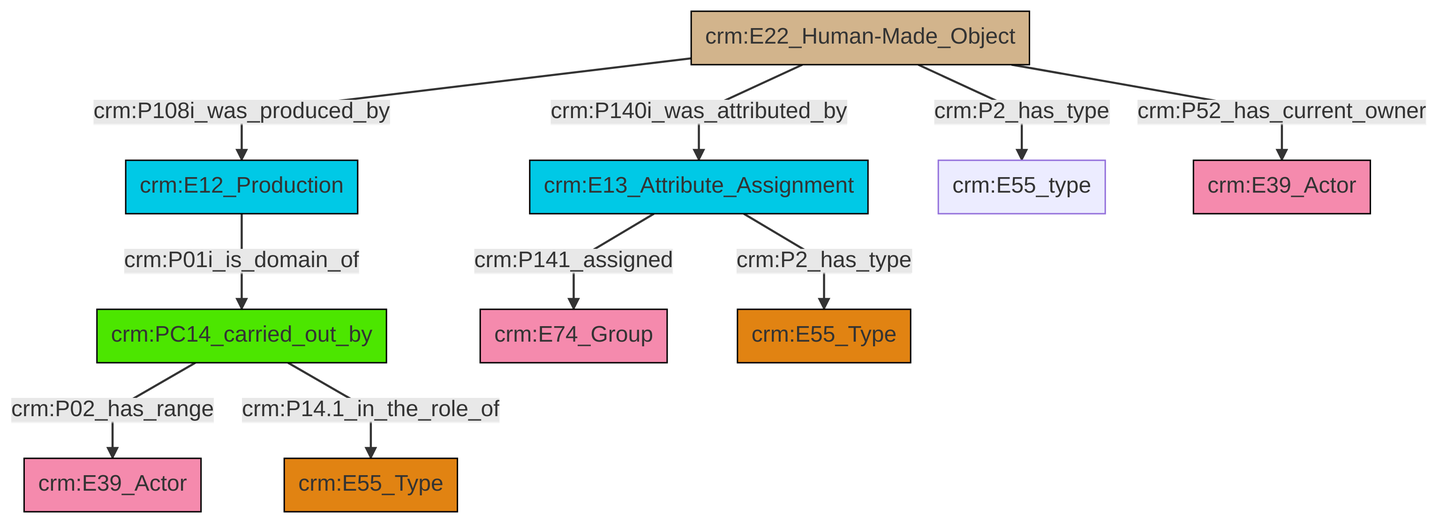
Above: et/builtWorkCSV/ttl/mmd/png/Built_Work_actor_relations.png in swiss-art-research-net/reference-data-models (Mermaid), before the change. Its source is kept beside it as et/builtWorkCSV/ttl/mmd/Built_Work_actor_relations.ttl.mmd. Its diagram source:
```mermaid
graph TD
classDef Literal fill:#f2f2f2,stroke:#000000;
classDef CRM_Entity fill:#FFFFFF,stroke:#000000;
classDef Temporal_Entity fill:#00C9E6, stroke:#000000;
classDef Type fill:#E18312, stroke:#000000;
classDef Time-Span fill:#2C9C91, stroke:#000000;
classDef Appellation fill:#FFEB7F, stroke:#000000;
classDef Place fill:#008836, stroke:#000000;
classDef Persistent_Item fill:#B266B2, stroke:#000000;
classDef Conceptual_Object fill:#FFD700, stroke:#000000;
classDef Physical_Thing fill:#D2B48C, stroke:#000000;
classDef Actor fill:#f58aad, stroke:#000000;
classDef PC_Classes fill:#4ce600, stroke:#000000;
classDef Multi fill:#cccccc,stroke:#000000;

0["crm:PC14_carried_out_by"]:::PC_Classes -->|crm:P02_has_range| 2["crm:E39_Actor"]:::Actor
3["crm:E22_Human-Made_Object"]:::Physical_Thing -->|crm:P108i_was_produced_by| 7["crm:E12_Production"]:::Temporal_Entity
0["crm:PC14_carried_out_by"]:::PC_Classes -->|crm:P14.1_in_the_role_of| 8["crm:E55_Type"]:::Type
7["crm:E12_Production"]:::Temporal_Entity -->|crm:P01i_is_domain_of| 0["crm:PC14_carried_out_by"]:::PC_Classes
12["crm:E13_Attribute_Assignment"]:::Temporal_Entity -->|crm:P141_assigned| 5["crm:E74_Group"]:::Actor
3["crm:E22_Human-Made_Object"]:::Physical_Thing -->|crm:P2_has_type| 13["crm:E55_type"]:::Default
3["crm:E22_Human-Made_Object"]:::Physical_Thing -->|crm:P52_has_current_owner| 17["crm:E39_Actor"]:::Actor
3["crm:E22_Human-Made_Object"]:::Physical_Thing -->|crm:P140i_was_attributed_by| 12["crm:E13_Attribute_Assignment"]:::Temporal_Entity
12["crm:E13_Attribute_Assignment"]:::Temporal_Entity -->|crm:P2_has_type| 10["crm:E55_Type"]:::Type
```
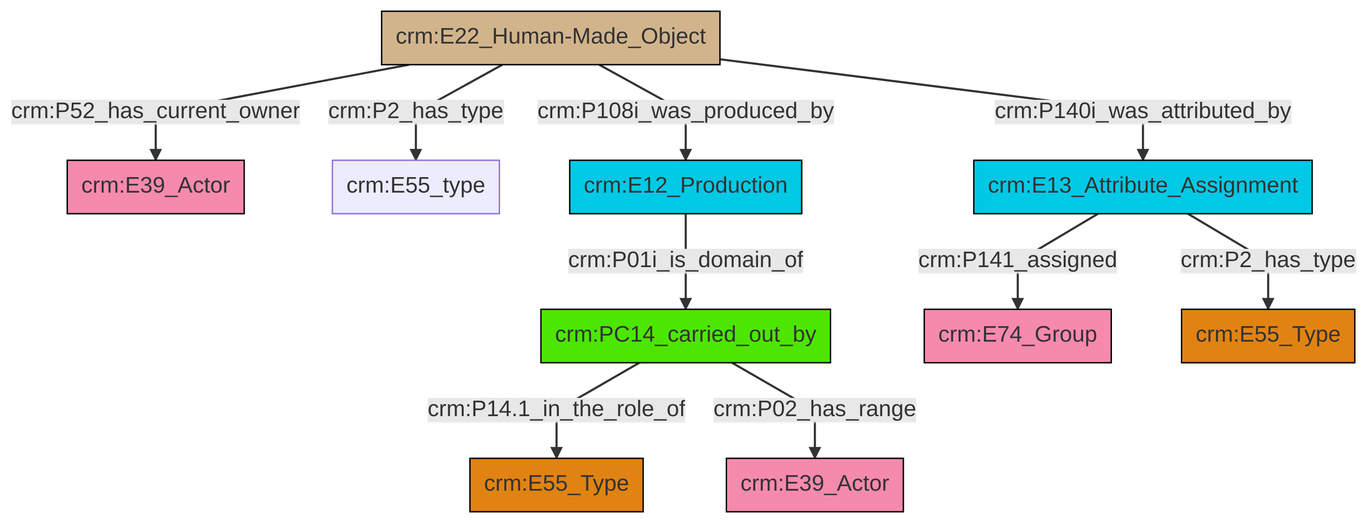
After the change.

Change to the diagram source:
```diff
@@ -13,12 +13,12 @@
 classDef PC_Classes fill:#4ce600, stroke:#000000;
 classDef Multi fill:#cccccc,stroke:#000000;
 
-0["crm:PC14_carried_out_by"]:::PC_Classes -->|crm:P02_has_range| 2["crm:E39_Actor"]:::Actor
-3["crm:E22_Human-Made_Object"]:::Physical_Thing -->|crm:P108i_was_produced_by| 7["crm:E12_Production"]:::Temporal_Entity
-0["crm:PC14_carried_out_by"]:::PC_Classes -->|crm:P14.1_in_the_role_of| 8["crm:E55_Type"]:::Type
-7["crm:E12_Production"]:::Temporal_Entity -->|crm:P01i_is_domain_of| 0["crm:PC14_carried_out_by"]:::PC_Classes
-12["crm:E13_Attribute_Assignment"]:::Temporal_Entity -->|crm:P141_assigned| 5["crm:E74_Group"]:::Actor
-3["crm:E22_Human-Made_Object"]:::Physical_Thing -->|crm:P2_has_type| 13["crm:E55_type"]:::Default
-3["crm:E22_Human-Made_Object"]:::Physical_Thing -->|crm:P52_has_current_owner| 17["crm:E39_Actor"]:::Actor
-3["crm:E22_Human-Made_Object"]:::Physical_Thing -->|crm:P140i_was_attributed_by| 12["crm:E13_Attribute_Assignment"]:::Temporal_Entity
-12["crm:E13_Attribute_Assignment"]:::Temporal_Entity -->|crm:P2_has_type| 10["crm:E55_Type"]:::Type
+2["crm:E22_Human-Made_Object"]:::Physical_Thing -->|crm:P52_has_current_owner| 3["crm:E39_Actor"]:::Actor
+0["crm:E13_Attribute_Assignment"]:::Temporal_Entity -->|crm:P141_assigned| 4["crm:E74_Group"]:::Actor
+2["crm:E22_Human-Made_Object"]:::Physical_Thing -->|crm:P2_has_type| 11["crm:E55_type"]:::Default
+0["crm:E13_Attribute_Assignment"]:::Temporal_Entity -->|crm:P2_has_type| 18["crm:E55_Type"]:::Type
+2["crm:E22_Human-Made_Object"]:::Physical_Thing -->|crm:P108i_was_produced_by| 13["crm:E12_Production"]:::Temporal_Entity
+6["crm:PC14_carried_out_by"]:::PC_Classes -->|crm:P14.1_in_the_role_of| 9["crm:E55_Type"]:::Type
+6["crm:PC14_carried_out_by"]:::PC_Classes -->|crm:P02_has_range| 16["crm:E39_Actor"]:::Actor
+2["crm:E22_Human-Made_Object"]:::Physical_Thing -->|crm:P140i_was_attributed_by| 0["crm:E13_Attribute_Assignment"]:::Temporal_Entity
+13["crm:E12_Production"]:::Temporal_Entity -->|crm:P01i_is_domain_of| 6["crm:PC14_carried_out_by"]:::PC_Classes
```
